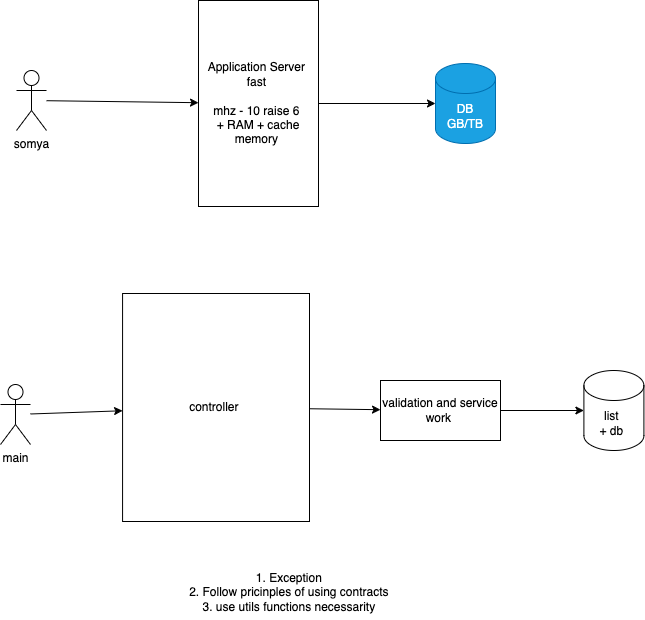
Above: images/day3.drawio.png in adithnaveen/sapient-asde-mar-2024 (draw.io), before the change. Source tidied: cells renumbered, new cells last; positions are measured from the earlier drawing's top-left corner, leaving out a move shared by most shapes.
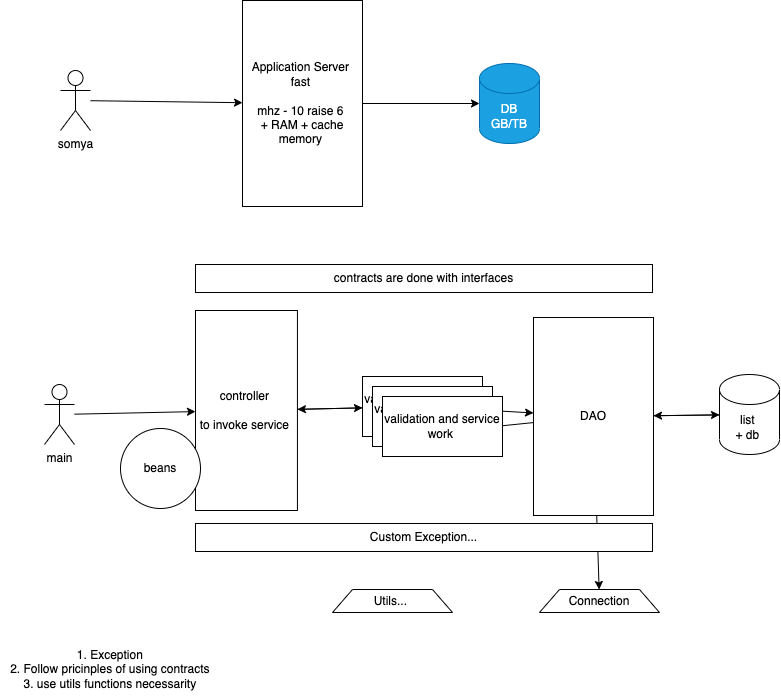
The same file after the commit.

Change to the diagram source:
```diff
@@ -26,20 +26,59 @@
     <mxCell id="9" style="edgeStyle=none;html=1;" parent="1" edge="1" source="10" target="12">
       <mxGeometry relative="1" as="geometry" />
     </mxCell>
-    <mxCell id="10" value="controller&amp;nbsp;" style="rounded=0;whiteSpace=wrap;html=1;" parent="1" vertex="1">
-      <mxGeometry x="122.1" y="293" width="186.9" height="228" as="geometry" />
+    <mxCell id="10" value="controller&amp;nbsp;&lt;br&gt;&lt;br&gt;to invoke service&amp;nbsp;" style="rounded=0;whiteSpace=wrap;html=1;" parent="1" vertex="1">
+      <mxGeometry x="151" y="310" width="101.9" height="200" as="geometry" />
     </mxCell>
-    <mxCell id="11" style="edgeStyle=none;html=1;" parent="1" edge="1" source="12" target="13">
-      <mxGeometry relative="1" as="geometry" />
-    </mxCell>
+    <mxCell id="15" style="edgeStyle=none;html=1;" parent="1" edge="1" source="12" target="21">
+      <mxGeometry relative="1" as="geometry" />
+    </mxCell>
+    <mxCell id="16" style="edgeStyle=none;html=1;" parent="1" edge="1" source="12" target="10">
+      <mxGeometry relative="1" as="geometry" />
+    </mxCell>
     <mxCell id="12" value="validation and service work&amp;nbsp;&lt;br&gt;" style="rounded=0;whiteSpace=wrap;html=1;" parent="1" vertex="1">
-      <mxGeometry x="380" y="380" width="120" height="60" as="geometry" />
+      <mxGeometry x="318" y="376" width="120" height="60" as="geometry" />
     </mxCell>
+    <mxCell id="17" style="edgeStyle=none;html=1;" parent="1" edge="1" source="13" target="21">
+      <mxGeometry relative="1" as="geometry" />
+    </mxCell>
     <mxCell id="13" value="list&amp;nbsp;&lt;br&gt;+ db&amp;nbsp;" style="shape=cylinder3;whiteSpace=wrap;html=1;boundedLbl=1;backgroundOutline=1;size=15;" parent="1" vertex="1">
-      <mxGeometry x="583.4" y="370" width="60" height="80" as="geometry" />
+      <mxGeometry x="675" y="374" width="60" height="80" as="geometry" />
     </mxCell>
     <mxCell id="14" value="1. Exception&amp;nbsp;&lt;br&gt;2. Follow pricinples of using contracts&amp;nbsp;&lt;br&gt;3. use utils functions necessarity&amp;nbsp;" style="text;html=1;align=center;verticalAlign=middle;strokeColor=none;fillColor=none;" parent="1" vertex="1">
-      <mxGeometry x="179" y="564" width="221" height="55" as="geometry" />
+      <mxGeometry x="-44" y="641" width="221" height="55" as="geometry" />
     </mxCell>
+    <mxCell id="18" style="edgeStyle=none;html=1;" parent="1" edge="1" source="21" target="13">
+      <mxGeometry relative="1" as="geometry" />
+    </mxCell>
+    <mxCell id="19" style="edgeStyle=none;html=1;entryX=0.991;entryY=0.856;entryDx=0;entryDy=0;entryPerimeter=0;" parent="1" edge="1" source="21" target="12">
+      <mxGeometry relative="1" as="geometry" />
+    </mxCell>
+    <mxCell id="20" style="edgeStyle=none;html=1;" parent="1" edge="1" source="21" target="28">
+      <mxGeometry relative="1" as="geometry" />
+    </mxCell>
+    <mxCell id="21" value="DAO" style="rounded=0;whiteSpace=wrap;html=1;" parent="1" vertex="1">
+      <mxGeometry x="489" y="317" width="120" height="198" as="geometry" />
+    </mxCell>
+    <mxCell id="22" value="validation and service work&amp;nbsp;&lt;br&gt;" style="rounded=0;whiteSpace=wrap;html=1;" parent="1" vertex="1">
+      <mxGeometry x="328" y="386" width="120" height="60" as="geometry" />
+    </mxCell>
+    <mxCell id="23" value="validation and service work&amp;nbsp;&lt;br&gt;" style="rounded=0;whiteSpace=wrap;html=1;" parent="1" vertex="1">
+      <mxGeometry x="338" y="396" width="120" height="60" as="geometry" />
+    </mxCell>
+    <mxCell id="24" value="beans" style="ellipse;whiteSpace=wrap;html=1;" parent="1" vertex="1">
+      <mxGeometry x="76" y="428" width="80" height="80" as="geometry" />
+    </mxCell>
+    <mxCell id="25" value="contracts are done with interfaces" style="rounded=0;whiteSpace=wrap;html=1;" parent="1" vertex="1">
+      <mxGeometry x="151" y="264" width="457" height="28" as="geometry" />
+    </mxCell>
+    <mxCell id="26" value="Custom Exception..." style="rounded=0;whiteSpace=wrap;html=1;" parent="1" vertex="1">
+      <mxGeometry x="151" y="523" width="457" height="28" as="geometry" />
+    </mxCell>
+    <mxCell id="27" value="Utils...&amp;nbsp;" style="shape=trapezoid;perimeter=trapezoidPerimeter;whiteSpace=wrap;html=1;fixedSize=1;" parent="1" vertex="1">
+      <mxGeometry x="288" y="589" width="120" height="23" as="geometry" />
+    </mxCell>
+    <mxCell id="28" value="Connection" style="shape=trapezoid;perimeter=trapezoidPerimeter;whiteSpace=wrap;html=1;fixedSize=1;" parent="1" vertex="1">
+      <mxGeometry x="495" y="589" width="120" height="23" as="geometry" />
+    </mxCell>
   </root>
 </mxGraphModel>
```
